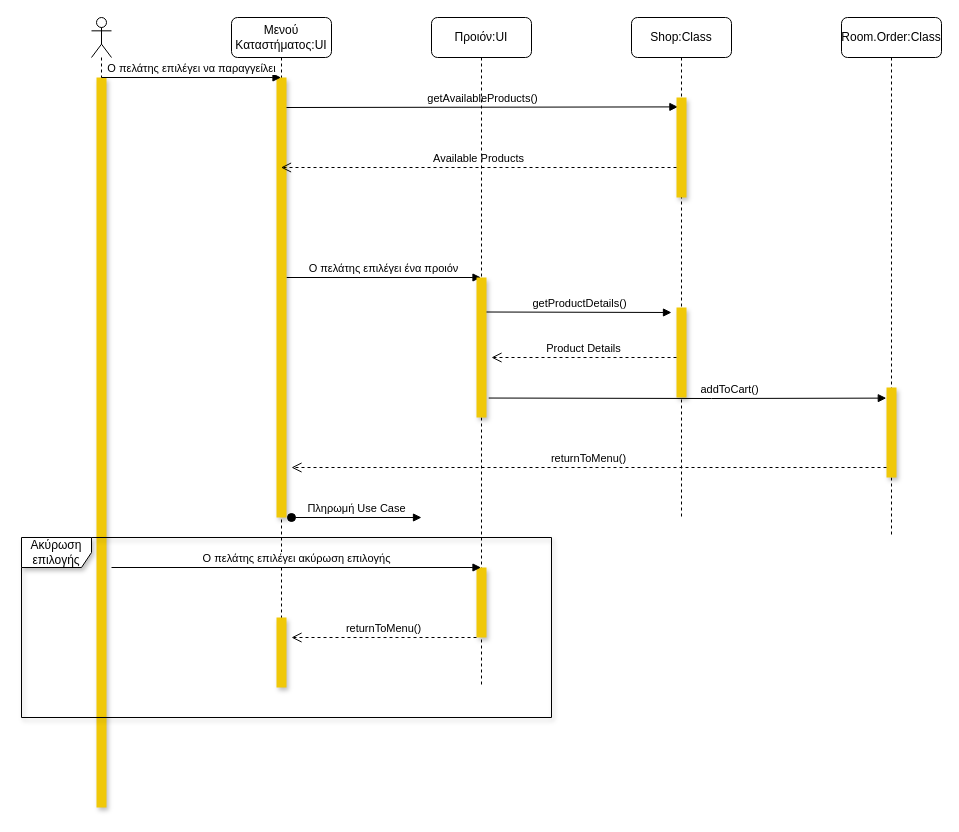
Above: docs/contributions/AthanasiaZ/Writing-Charts/Phase5/Use Case Order/order_seq.drawio in iloudaros/nomnomr (draw.io), before the change. Source tidied: cells renumbered, new cells numbered last; positions are measured from the earlier drawing's top-left corner, leaving out a move shared by most shapes. Both pictures are drawn from the tidied source at 100%, with x=0, y=0 at pixel (21, 17).
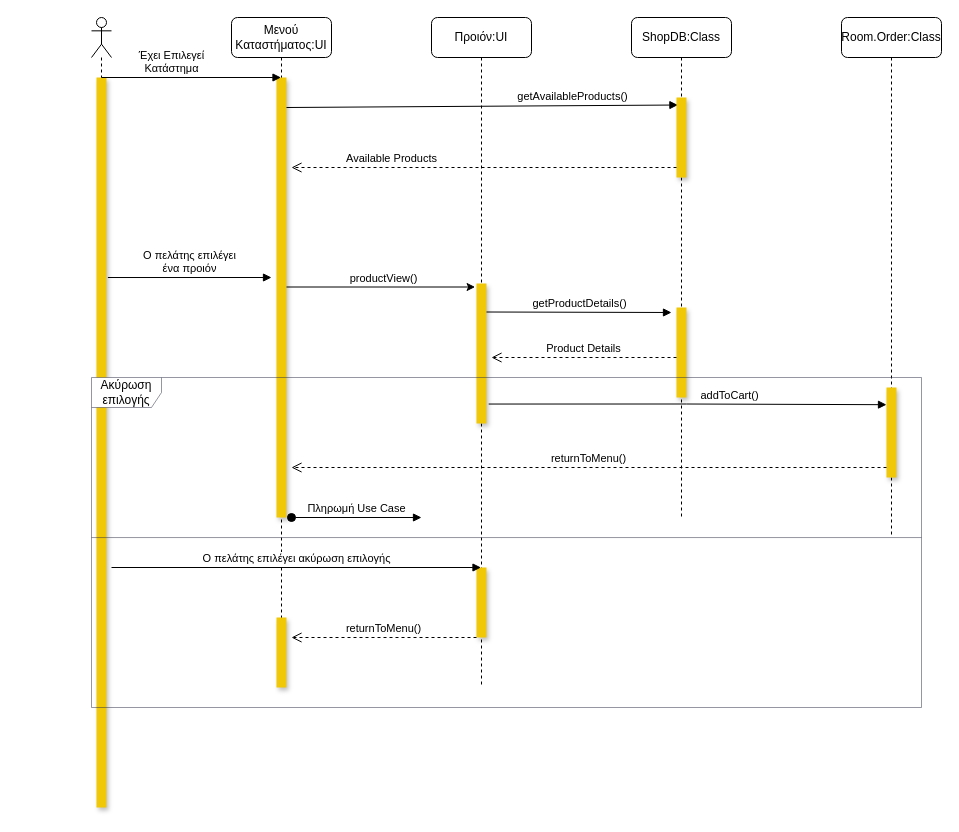
Above is the later version.

Commit message (it also covers changes not shown here):
Order report-ready

Unchanged cells that the change refers to:
```xml
<mxCell id="3" style="html=1;points=[];perimeter=orthogonalPerimeter;rounded=0;fillColor=#F0C808;strokeColor=none;shadow=1;" parent="2" vertex="1">
  <mxGeometry x="5" y="60" width="10" height="730" as="geometry" />
</mxCell>
<mxCell id="4" value="Μενού Καταστήματος:UI" style="shape=umlLifeline;perimeter=lifelinePerimeter;whiteSpace=wrap;html=1;outlineConnect=0;rounded=1;" parent="1" vertex="1">
  <mxGeometry x="210" width="100" height="670" as="geometry" />
</mxCell>
<mxCell id="15" value="Προιόν:UI" style="shape=umlLifeline;perimeter=lifelinePerimeter;whiteSpace=wrap;html=1;outlineConnect=0;rounded=1;" parent="1" vertex="1">
  <mxGeometry x="410" width="100" height="670" as="geometry" />
</mxCell>
<mxCell id="21" style="html=1;points=[];perimeter=orthogonalPerimeter;rounded=0;fillColor=#F0C808;strokeColor=none;shadow=1;" parent="20" vertex="1">
  <mxGeometry x="45" y="370" width="10" height="90" as="geometry" />
</mxCell>
```

The edit, as a diff of the source:
```diff
@@
-    <mxCell id="5" value="Ο πελάτης επιλέγει ένα προιόν" style="html=1;verticalAlign=bottom;endArrow=block;rounded=0;" parent="4" edge="1" target="15">
-      <mxGeometry relative="1" as="geometry">
-        <mxPoint x="55" y="260" as="sourcePoint" />
-      </mxGeometry>
-    </mxCell>
@@
     <mxCell id="7" value="getAvailableProducts()" style="html=1;verticalAlign=bottom;endArrow=block;rounded=0;entryX=0.14;entryY=0.094;entryDx=0;entryDy=0;entryPerimeter=0;" parent="4" edge="1" target="11">
-      <mxGeometry relative="1" as="geometry">
+      <mxGeometry x="0.46" relative="1" as="geometry">
         <mxPoint x="55" y="90" as="sourcePoint" />
       </mxGeometry>
     </mxCell>
@@
-    <mxCell id="10" value="Shop:Class" style="shape=umlLifeline;perimeter=lifelinePerimeter;whiteSpace=wrap;html=1;rounded=1;" parent="1" vertex="1">
+    <mxCell id="10" value="ShopDB:Class" style="shape=umlLifeline;perimeter=lifelinePerimeter;whiteSpace=wrap;html=1;rounded=1;" parent="1" vertex="1">
       <mxGeometry x="610" width="100" height="500" as="geometry" />
     </mxCell>
     <mxCell id="11" style="html=1;points=[];perimeter=orthogonalPerimeter;rounded=0;fillColor=#F0C808;strokeColor=none;shadow=1;" parent="10" vertex="1">
-      <mxGeometry x="45" y="80" width="10" height="100" as="geometry" />
+      <mxGeometry x="45" y="80" width="10" height="80" as="geometry" />
     </mxCell>
-    <mxCell id="12" value="Available Products" style="html=1;verticalAlign=bottom;endArrow=open;dashed=1;endSize=8;rounded=0;" parent="10" edge="1" target="4">
-      <mxGeometry relative="1" as="geometry">
+    <mxCell id="12" value="Available Products" style="html=1;verticalAlign=bottom;endArrow=open;dashed=1;endSize=8;rounded=0;" parent="10" edge="1">
+      <mxGeometry x="0.48" relative="1" as="geometry">
         <mxPoint x="45" y="150" as="sourcePoint" />
+        <mxPoint x="-340" y="150" as="targetPoint" />
       </mxGeometry>
     </mxCell>
@@
     <mxCell id="16" style="html=1;points=[];perimeter=orthogonalPerimeter;rounded=0;fillColor=#F0C808;strokeColor=none;shadow=1;" parent="15" vertex="1">
-      <mxGeometry x="45" y="260" width="10" height="140" as="geometry" />
+      <mxGeometry x="45" y="266" width="10" height="140" as="geometry" />
     </mxCell>
@@
-    <mxCell id="23" value="Ο πελάτης επιλέγει να παραγγείλει" style="html=1;verticalAlign=bottom;endArrow=block;rounded=0;" parent="1" edge="1" target="4">
-      <mxGeometry relative="1" as="geometry">
+    <mxCell id="23" value="Έχει Επιλεγεί &lt;br&gt;Κατάστημα" style="html=1;verticalAlign=bottom;endArrow=block;rounded=0;" parent="1" edge="1" target="4">
+      <mxGeometry x="-0.22" relative="1" as="geometry">
         <mxPoint x="80" y="60" as="sourcePoint" />
       </mxGeometry>
     </mxCell>
-    <mxCell id="24" value="addToCart()" style="html=1;verticalAlign=bottom;endArrow=block;rounded=0;exitX=1.22;exitY=0.861;exitDx=0;exitDy=0;exitPerimeter=0;entryX=-0.02;entryY=0.118;entryDx=0;entryDy=0;entryPerimeter=0;" parent="1" edge="1" source="16" target="21">
+    <mxCell id="24" value="addToCart()" style="html=1;verticalAlign=bottom;endArrow=block;rounded=0;exitX=1.22;exitY=0.861;exitDx=0;exitDy=0;exitPerimeter=0;entryX=-0.001;entryY=0.191;entryDx=0;entryDy=0;entryPerimeter=0;edgeStyle=orthogonalEdgeStyle;" parent="1" edge="1" source="16" target="21">
       <mxGeometry x="0.21" relative="1" as="geometry">
         <Array as="points">
-          <mxPoint x="690" y="381" />
+          <mxPoint x="665" y="386" />
         </Array>
       </mxGeometry>
     </mxCell>
@@
-    <mxCell id="26" value="Ακύρωση επιλογής" style="shape=umlFrame;whiteSpace=wrap;html=1;rounded=0;shadow=1;fillColor=#FFFFFF;width=70;height=30;" parent="1" vertex="1">
-      <mxGeometry y="520" width="530" height="180" as="geometry" />
+    <mxCell id="26" value="Ακύρωση επιλογής" style="shape=umlFrame;whiteSpace=wrap;html=1;rounded=0;shadow=0;fillColor=#FFFFFF;width=70;height=30;strokeWidth=0.5;strokeColor=#2B2D42;" parent="1" vertex="1">
+      <mxGeometry x="70" y="360" width="830" height="330" as="geometry" />
     </mxCell>
+    <mxCell id="5" value="Ο πελάτης επιλέγει &lt;br&gt;ένα προιόν" style="html=1;verticalAlign=bottom;endArrow=block;rounded=0;exitX=1.142;exitY=0.274;exitDx=0;exitDy=0;exitPerimeter=0;" parent="1" edge="1" source="3">
+      <mxGeometry relative="1" as="geometry">
+        <mxPoint x="250" y="260" as="targetPoint" />
+      </mxGeometry>
+    </mxCell>
+    <mxCell id="27" style="edgeStyle=orthogonalEdgeStyle;rounded=0;orthogonalLoop=1;jettySize=auto;html=1;entryX=-0.144;entryY=0.139;entryDx=0;entryDy=0;entryPerimeter=0;" parent="1" edge="1">
+      <mxGeometry relative="1" as="geometry">
+        <mxPoint x="265" y="270" as="sourcePoint" />
+        <mxPoint x="453.6" y="269.5" as="targetPoint" />
+        <Array as="points">
+          <mxPoint x="454" y="270" />
+        </Array>
+      </mxGeometry>
+    </mxCell>
+    <mxCell id="28" value="productView()" style="edgeLabel;html=1;align=center;verticalAlign=middle;" parent="27" vertex="1">
+      <mxGeometry x="0.02" y="-2" relative="1" as="geometry">
+        <mxPoint y="-11" as="offset" />
+      </mxGeometry>
+    </mxCell>
+    <mxCell id="29" style="endArrow=none;html=1;rounded=0;exitX=0;exitY=0.485;exitDx=0;exitDy=0;exitPerimeter=0;entryX=1;entryY=0.485;entryDx=0;entryDy=0;entryPerimeter=0;strokeWidth=0.5;strokeColor=#2B2D42;" parent="1" edge="1" source="26" target="26">
+      <mxGeometry relative="1" as="geometry" />
+    </mxCell>
```
